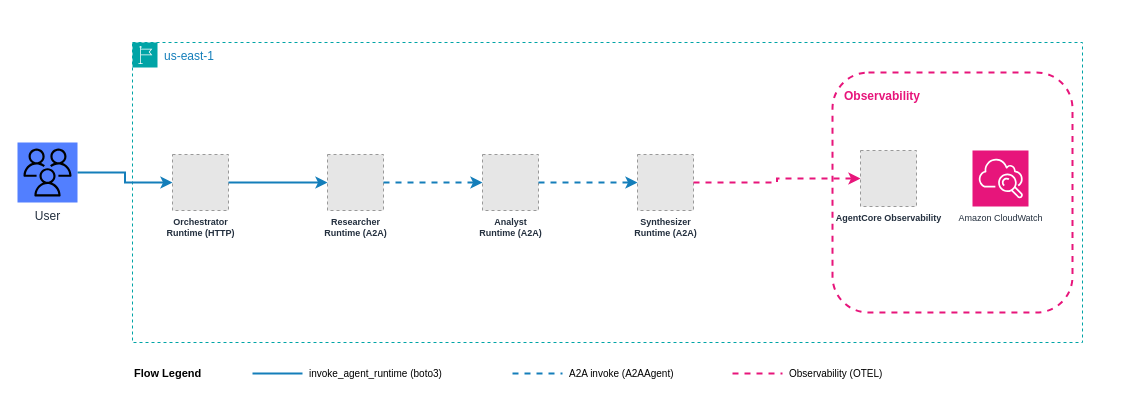
This is samples/03-sequential-chain/production/architecture.drawio from aws-samples/sample-multi-agent-systems-with-strands-workshop, a draw.io file, before an edit. Source tidied: cells renumbered, new cells numbered last; positions are measured from the earlier drawing's top-left corner, leaving out a move shared by most shapes. Both pictures are drawn from the tidied source at 100%, with x=0, y=0 at pixel (17, 42). Pictures stored in the file or linked from it are replaced by grey dashed boxes.
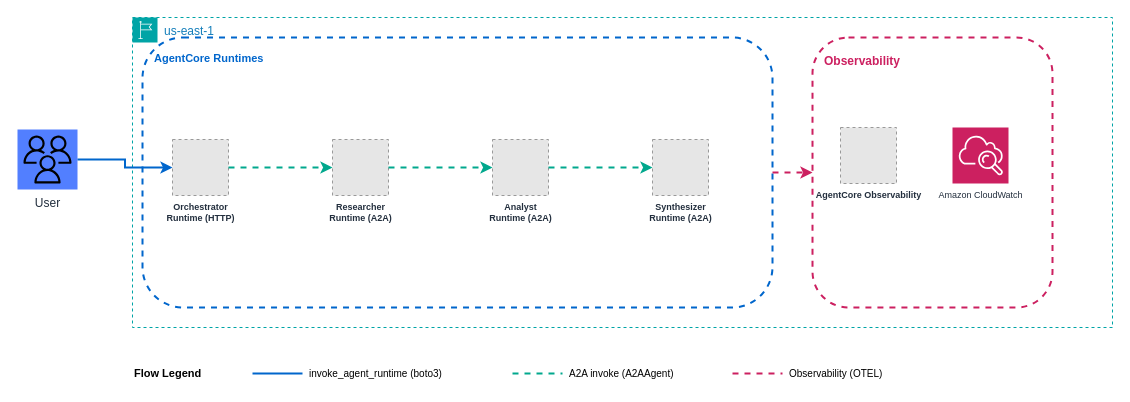
The same diagram, later.

Diff of the diagram source:
```diff
@@
     <mxCell id="2" value="User" style="sketch=0;outlineConnect=0;fontColor=#232F3E;gradientColor=none;fillColor=#527FFF;strokeColor=none;dashed=0;verticalLabelPosition=bottom;verticalAlign=top;align=center;html=1;fontSize=12;fontStyle=0;shape=mxgraph.aws4.resourceIcon;resIcon=mxgraph.aws4.users;" parent="1" vertex="1">
-      <mxGeometry y="100" width="60" height="60" as="geometry" />
+      <mxGeometry y="87" width="60" height="60" as="geometry" />
     </mxCell>
     <mxCell id="3" value="us-east-1" style="gradientColor=none;html=1;whiteSpace=wrap;fontSize=12;fontStyle=0;shape=mxgraph.aws4.group;grIcon=mxgraph.aws4.group_region;strokeColor=#00A4A6;fillColor=none;verticalAlign=top;align=left;spacingLeft=30;fontColor=#147EBA;dashed=1;" parent="1" vertex="1">
-      <mxGeometry x="115" width="950" height="300" as="geometry" />
+      <mxGeometry x="115" y="-25" width="980" height="310" as="geometry" />
     </mxCell>
+    <mxCell id="23" value="AgentCore Runtimes" style="rounded=1;whiteSpace=wrap;html=1;fillColor=none;strokeColor=#0066CC;strokeWidth=2;dashed=1;fontSize=11;fontStyle=1;fontColor=#0066CC;verticalAlign=top;align=left;spacingLeft=10;spacingTop=8;" parent="3" vertex="1">
+      <mxGeometry x="10" y="20" width="630" height="270" as="geometry" />
+    </mxCell>
     <mxCell id="4" value="Orchestrator&lt;div&gt;Runtime (HTTP)&lt;/div&gt;" style="fillColor=#E6E6E6;strokeColor=#999999;dashed=1;html=1;verticalLabelPosition=bottom;labelBackgroundColor=none;verticalAlign=top;fontSize=9;fontStyle=1;fontColor=#232F3E;" parent="3" vertex="1">
-      <mxGeometry x="40" y="112" width="56" height="56" as="geometry" />
+      <mxGeometry x="40" y="122" width="56" height="56" as="geometry" />
     </mxCell>
     <mxCell id="5" value="Researcher&lt;div&gt;Runtime (A2A)&lt;/div&gt;" style="fillColor=#E6E6E6;strokeColor=#999999;dashed=1;html=1;verticalLabelPosition=bottom;labelBackgroundColor=none;verticalAlign=top;fontSize=9;fontStyle=1;fontColor=#232F3E;" parent="3" vertex="1">
-      <mxGeometry x="195" y="112" width="56" height="56" as="geometry" />
+      <mxGeometry x="200" y="122" width="56" height="56" as="geometry" />
     </mxCell>
     <mxCell id="6" value="Analyst&lt;div&gt;Runtime (A2A)&lt;/div&gt;" style="fillColor=#E6E6E6;strokeColor=#999999;dashed=1;html=1;verticalLabelPosition=bottom;labelBackgroundColor=none;verticalAlign=top;fontSize=9;fontStyle=1;fontColor=#232F3E;" parent="3" vertex="1">
-      <mxGeometry x="350" y="112" width="56" height="56" as="geometry" />
+      <mxGeometry x="360" y="122" width="56" height="56" as="geometry" />
     </mxCell>
     <mxCell id="7" value="Synthesizer&lt;div&gt;Runtime (A2A)&lt;/div&gt;" style="fillColor=#E6E6E6;strokeColor=#999999;dashed=1;html=1;verticalLabelPosition=bottom;labelBackgroundColor=none;verticalAlign=top;fontSize=9;fontStyle=1;fontColor=#232F3E;" parent="3" vertex="1">
-      <mxGeometry x="505" y="112" width="56" height="56" as="geometry" />
+      <mxGeometry x="520" y="122" width="56" height="56" as="geometry" />
     </mxCell>
-    <mxCell id="8" value="Observability" style="rounded=1;whiteSpace=wrap;html=1;fillColor=none;strokeColor=#E7157B;strokeWidth=2;dashed=1;fontSize=12;fontStyle=1;fontColor=#E7157B;verticalAlign=top;align=left;spacingLeft=10;spacingTop=10;" parent="3" vertex="1">
-      <mxGeometry x="700" y="30" width="240" height="240" as="geometry" />
+    <mxCell id="8" value="Observability" style="rounded=1;whiteSpace=wrap;html=1;fillColor=none;strokeColor=#CC2060;strokeWidth=2;dashed=1;fontSize=12;fontStyle=1;fontColor=#CC2060;verticalAlign=top;align=left;spacingLeft=10;spacingTop=10;" parent="3" vertex="1">
+      <mxGeometry x="680" y="20" width="240" height="270" as="geometry" />
     </mxCell>
     <mxCell id="9" value="AgentCore Observability" style="fillColor=#E6E6E6;strokeColor=#999999;dashed=1;html=1;verticalLabelPosition=bottom;labelBackgroundColor=none;verticalAlign=top;fontSize=9;fontStyle=1;fontColor=#232F3E;" parent="3" vertex="1">
-      <mxGeometry x="728" y="108" width="56" height="56" as="geometry" />
+      <mxGeometry x="708" y="110" width="56" height="56" as="geometry" />
     </mxCell>
-    <mxCell id="10" value="Amazon CloudWatch" style="sketch=0;fontColor=#232F3E;fillColor=#E7157B;strokeColor=#ffffff;dashed=0;verticalLabelPosition=bottom;verticalAlign=top;align=center;html=1;fontSize=9;fontStyle=0;shape=mxgraph.aws4.resourceIcon;resIcon=mxgraph.aws4.cloudwatch;" parent="3" vertex="1">
-      <mxGeometry x="840" y="108" width="56" height="56" as="geometry" />
+    <mxCell id="10" value="Amazon CloudWatch" style="sketch=0;fontColor=#232F3E;fillColor=#CC2060;strokeColor=#ffffff;dashed=0;verticalLabelPosition=bottom;verticalAlign=top;align=center;html=1;fontSize=9;fontStyle=0;shape=mxgraph.aws4.resourceIcon;resIcon=mxgraph.aws4.cloudwatch;" parent="3" vertex="1">
+      <mxGeometry x="820" y="110" width="56" height="56" as="geometry" />
     </mxCell>
-    <mxCell id="11" style="edgeStyle=orthogonalEdgeStyle;rounded=0;jettySize=auto;html=1;strokeColor=#147EBA;strokeWidth=2;exitX=1;exitY=0.5;exitDx=0;exitDy=0;entryX=0;entryY=0.5;entryDx=0;entryDy=0;" parent="1" edge="1" source="2" target="4">
+    <mxCell id="11" style="edgeStyle=orthogonalEdgeStyle;rounded=0;jettySize=auto;html=1;strokeColor=#0066CC;strokeWidth=2;flowAnimation=1;exitX=1;exitY=0.5;exitDx=0;exitDy=0;entryX=0;entryY=0.5;entryDx=0;entryDy=0;" parent="1" edge="1" source="2" target="4">
       <mxGeometry relative="1" as="geometry" />
     </mxCell>
-    <mxCell id="12" style="edgeStyle=orthogonalEdgeStyle;rounded=0;jettySize=auto;html=1;strokeColor=#147EBA;strokeWidth=2;exitX=1;exitY=0.5;exitDx=0;exitDy=0;entryX=0;entryY=0.5;entryDx=0;entryDy=0;" parent="3" edge="1" source="4" target="5">
+    <mxCell id="12" style="edgeStyle=orthogonalEdgeStyle;rounded=0;jettySize=auto;html=1;strokeColor=#01A88D;strokeWidth=2;flowAnimation=1;dashed=1;exitX=1;exitY=0.5;exitDx=0;exitDy=0;entryX=0;entryY=0.5;entryDx=0;entryDy=0;" parent="3" edge="1" source="4" target="5">
       <mxGeometry relative="1" as="geometry" />
     </mxCell>
-    <mxCell id="13" style="edgeStyle=orthogonalEdgeStyle;rounded=0;jettySize=auto;html=1;strokeColor=#147EBA;strokeWidth=2;dashed=1;exitX=1;exitY=0.5;exitDx=0;exitDy=0;entryX=0;entryY=0.5;entryDx=0;entryDy=0;" parent="3" edge="1" source="5" target="6">
+    <mxCell id="13" style="edgeStyle=orthogonalEdgeStyle;rounded=0;jettySize=auto;html=1;strokeColor=#01A88D;strokeWidth=2;flowAnimation=1;dashed=1;exitX=1;exitY=0.5;exitDx=0;exitDy=0;entryX=0;entryY=0.5;entryDx=0;entryDy=0;" parent="3" edge="1" source="5" target="6">
       <mxGeometry relative="1" as="geometry" />
     </mxCell>
-    <mxCell id="14" style="edgeStyle=orthogonalEdgeStyle;rounded=0;jettySize=auto;html=1;strokeColor=#147EBA;strokeWidth=2;dashed=1;exitX=1;exitY=0.5;exitDx=0;exitDy=0;entryX=0;entryY=0.5;entryDx=0;entryDy=0;" parent="3" edge="1" source="6" target="7">
+    <mxCell id="14" style="edgeStyle=orthogonalEdgeStyle;rounded=0;jettySize=auto;html=1;strokeColor=#01A88D;strokeWidth=2;flowAnimation=1;dashed=1;exitX=1;exitY=0.5;exitDx=0;exitDy=0;entryX=0;entryY=0.5;entryDx=0;entryDy=0;" parent="3" edge="1" source="6" target="7">
       <mxGeometry relative="1" as="geometry" />
     </mxCell>
-    <mxCell id="15" style="edgeStyle=orthogonalEdgeStyle;rounded=0;jettySize=auto;html=1;strokeColor=#E7157B;strokeWidth=2;dashed=1;exitX=1;exitY=0.5;exitDx=0;exitDy=0;" parent="3" edge="1" source="7" target="9">
+    <mxCell id="15" style="edgeStyle=orthogonalEdgeStyle;rounded=0;jettySize=auto;html=1;strokeColor=#CC2060;strokeWidth=2;flowAnimation=1;dashed=1;" parent="3" edge="1" source="23" target="8">
       <mxGeometry relative="1" as="geometry" />
     </mxCell>
@@
-    <mxCell id="17" style="edgeStyle=orthogonalEdgeStyle;rounded=0;orthogonalLoop=1;jettySize=auto;html=1;strokeColor=#147EBA;strokeWidth=2;endArrow=none;" parent="1" edge="1">
+    <mxCell id="17" style="edgeStyle=orthogonalEdgeStyle;rounded=0;orthogonalLoop=1;jettySize=auto;html=1;strokeColor=#0066CC;strokeWidth=2;endArrow=none;" parent="1" edge="1">
       <mxGeometry relative="1" as="geometry">
         <mxPoint x="235" y="331" as="sourcePoint" />
         <mxPoint x="285" y="331" as="targetPoint" />
       </mxGeometry>
     </mxCell>
@@
-    <mxCell id="19" style="edgeStyle=orthogonalEdgeStyle;rounded=0;orthogonalLoop=1;jettySize=auto;html=1;strokeColor=#147EBA;strokeWidth=2;dashed=1;endArrow=none;" parent="1" edge="1">
+    <mxCell id="19" style="edgeStyle=orthogonalEdgeStyle;rounded=0;orthogonalLoop=1;jettySize=auto;html=1;strokeColor=#01A88D;strokeWidth=2;dashed=1;endArrow=none;" parent="1" edge="1">
       <mxGeometry relative="1" as="geometry">
         <mxPoint x="495" y="331" as="sourcePoint" />
         <mxPoint x="545" y="331" as="targetPoint" />
       </mxGeometry>
     </mxCell>
@@
-    <mxCell id="21" style="edgeStyle=orthogonalEdgeStyle;rounded=0;orthogonalLoop=1;jettySize=auto;html=1;strokeColor=#E7157B;strokeWidth=2;dashed=1;endArrow=none;" parent="1" edge="1">
+    <mxCell id="21" style="edgeStyle=orthogonalEdgeStyle;rounded=0;orthogonalLoop=1;jettySize=auto;html=1;strokeColor=#CC2060;strokeWidth=2;dashed=1;endArrow=none;" parent="1" edge="1">
       <mxGeometry relative="1" as="geometry">
         <mxPoint x="715" y="331" as="sourcePoint" />
         <mxPoint x="765" y="331" as="targetPoint" />
       </mxGeometry>
     </mxCell>
```
